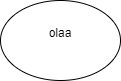
Before: Database Diagram.drawio.png, a diagram exported from draw.io (ivanalves-t/DataBaseMER). Source tidied: cells renumbered, new cells last; positions are measured from the earlier drawing's top-left corner, leaving out a move shared by most shapes.
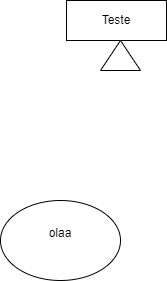
Above is the later version.

Commit message:
Teste Leonardo

What changed in the source:
```diff
@@ -5,5 +5,11 @@
     <mxCell id="2" value="olaa&lt;div&gt;&lt;br&gt;&lt;/div&gt;" style="ellipse;whiteSpace=wrap;html=1;" parent="1" vertex="1">
       <mxGeometry width="120" height="80" as="geometry" />
     </mxCell>
+    <mxCell id="3" value="Teste" style="whiteSpace=wrap;html=1;align=center;" parent="1" vertex="1">
+      <mxGeometry x="66" y="-200" width="100" height="40" as="geometry" />
+    </mxCell>
+    <mxCell id="4" style="triangle;whiteSpace=wrap;html=1;direction=north;" parent="1" vertex="1">
+      <mxGeometry x="100" y="-160" width="40" height="30" as="geometry" />
+    </mxCell>
   </root>
 </mxGraphModel>
```
